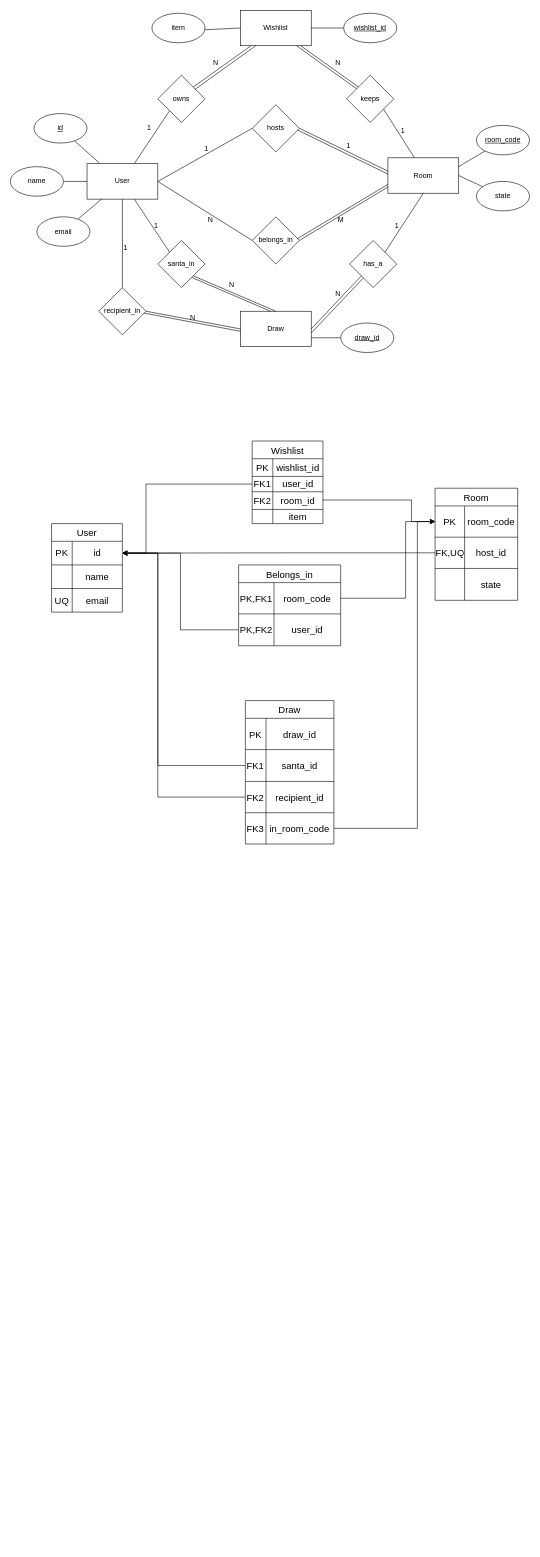
Above: docs/ERM.drawio.xml in SuchWowEl/Planning-Digitalization (draw.io), before the change. Source tidied: cells renumbered, new cells numbered last; positions are measured from the earlier drawing's top-left corner, leaving out a move shared by most shapes. Both pictures are drawn from the tidied source at 59%, with x=0, y=0 at pixel (10, 10).
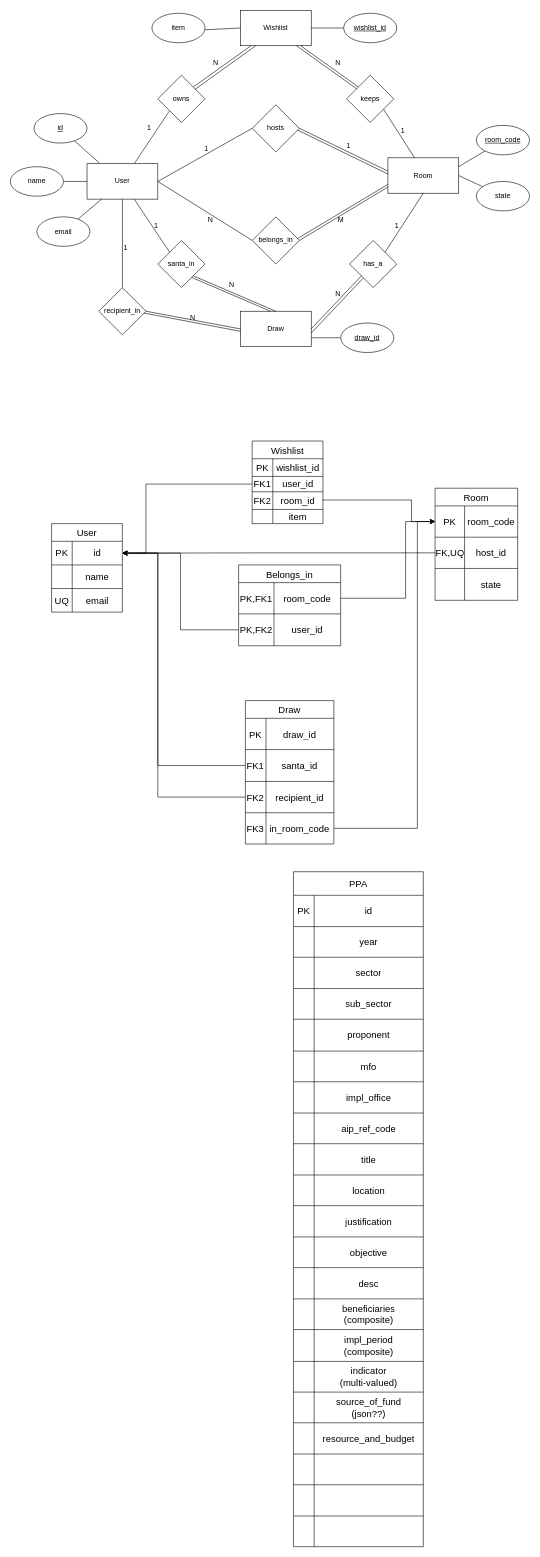
The same diagram, later.

Change to the diagram source:
```diff
@@
+    <mxCell id="126" value="PPA" style="shape=table;startSize=40;childLayout=tableLayout;strokeColor=default;fontSize=16;" parent="1" vertex="1">
+      <mxGeometry x="480" y="1460" width="220" height="1144" as="geometry" />
+    </mxCell>
+    <mxCell id="127" style="shape=tableRow;horizontal=0;startSize=0;swimlaneHead=0;swimlaneBody=0;strokeColor=inherit;top=0;left=0;bottom=0;right=0;fillColor=none;fontSize=16;" parent="126" vertex="1">
+      <mxGeometry y="40" width="220" height="53" as="geometry" />
+    </mxCell>
+    <mxCell id="128" value="PK" style="shape=partialRectangle;html=1;whiteSpace=wrap;strokeColor=inherit;overflow=hidden;fillColor=none;top=0;left=0;bottom=0;right=0;fontSize=16;" parent="127" vertex="1">
+      <mxGeometry width="35" height="53" as="geometry" />
+    </mxCell>
+    <mxCell id="129" value="id" style="shape=partialRectangle;html=1;whiteSpace=wrap;strokeColor=inherit;overflow=hidden;fillColor=none;top=0;left=0;bottom=0;right=0;fontSize=16;" parent="127" vertex="1">
+      <mxGeometry x="35" width="185" height="53" as="geometry" />
+    </mxCell>
+    <mxCell id="130" style="shape=tableRow;horizontal=0;startSize=0;swimlaneHead=0;swimlaneBody=0;strokeColor=inherit;top=0;left=0;bottom=0;right=0;fillColor=none;fontSize=16;" parent="126" vertex="1">
+      <mxGeometry y="93" width="220" height="52" as="geometry" />
+    </mxCell>
+    <mxCell id="131" style="shape=partialRectangle;html=1;whiteSpace=wrap;strokeColor=inherit;overflow=hidden;fillColor=none;top=0;left=0;bottom=0;right=0;fontSize=16;" parent="130" vertex="1">
+      <mxGeometry width="35" height="52" as="geometry" />
+    </mxCell>
+    <mxCell id="132" value="year" style="shape=partialRectangle;html=1;whiteSpace=wrap;strokeColor=inherit;overflow=hidden;fillColor=none;top=0;left=0;bottom=0;right=0;fontSize=16;" parent="130" vertex="1">
+      <mxGeometry x="35" width="185" height="52" as="geometry" />
+    </mxCell>
+    <mxCell id="133" style="shape=tableRow;horizontal=0;startSize=0;swimlaneHead=0;swimlaneBody=0;strokeColor=inherit;top=0;left=0;bottom=0;right=0;fillColor=none;fontSize=16;" parent="126" vertex="1">
+      <mxGeometry y="145" width="220" height="53" as="geometry" />
+    </mxCell>
+    <mxCell id="134" style="shape=partialRectangle;html=1;whiteSpace=wrap;strokeColor=inherit;overflow=hidden;fillColor=none;top=0;left=0;bottom=0;right=0;fontSize=16;" parent="133" vertex="1">
+      <mxGeometry width="35" height="53" as="geometry" />
+    </mxCell>
+    <mxCell id="135" value="sector" style="shape=partialRectangle;html=1;whiteSpace=wrap;strokeColor=inherit;overflow=hidden;fillColor=none;top=0;left=0;bottom=0;right=0;fontSize=16;" parent="133" vertex="1">
+      <mxGeometry x="35" width="185" height="53" as="geometry" />
+    </mxCell>
+    <mxCell id="136" style="shape=tableRow;horizontal=0;startSize=0;swimlaneHead=0;swimlaneBody=0;strokeColor=inherit;top=0;left=0;bottom=0;right=0;fillColor=none;fontSize=16;" parent="126" vertex="1">
+      <mxGeometry y="198" width="220" height="52" as="geometry" />
+    </mxCell>
+    <mxCell id="137" style="shape=partialRectangle;html=1;whiteSpace=wrap;strokeColor=inherit;overflow=hidden;fillColor=none;top=0;left=0;bottom=0;right=0;fontSize=16;" parent="136" vertex="1">
+      <mxGeometry width="35" height="52" as="geometry" />
+    </mxCell>
+    <mxCell id="138" value="sub_sector" style="shape=partialRectangle;html=1;whiteSpace=wrap;strokeColor=inherit;overflow=hidden;fillColor=none;top=0;left=0;bottom=0;right=0;fontSize=16;" parent="136" vertex="1">
+      <mxGeometry x="35" width="185" height="52" as="geometry" />
+    </mxCell>
+    <mxCell id="139" style="shape=tableRow;horizontal=0;startSize=0;swimlaneHead=0;swimlaneBody=0;strokeColor=inherit;top=0;left=0;bottom=0;right=0;fillColor=none;fontSize=16;" parent="126" vertex="1">
+      <mxGeometry y="250" width="220" height="54" as="geometry" />
+    </mxCell>
+    <mxCell id="140" style="shape=partialRectangle;html=1;whiteSpace=wrap;strokeColor=inherit;overflow=hidden;fillColor=none;top=0;left=0;bottom=0;right=0;fontSize=16;" parent="139" vertex="1">
+      <mxGeometry width="35" height="54" as="geometry" />
+    </mxCell>
+    <mxCell id="141" value="proponent" style="shape=partialRectangle;html=1;whiteSpace=wrap;strokeColor=inherit;overflow=hidden;fillColor=none;top=0;left=0;bottom=0;right=0;fontSize=16;" parent="139" vertex="1">
+      <mxGeometry x="35" width="185" height="54" as="geometry" />
+    </mxCell>
+    <mxCell id="142" style="shape=tableRow;horizontal=0;startSize=0;swimlaneHead=0;swimlaneBody=0;strokeColor=inherit;top=0;left=0;bottom=0;right=0;fillColor=none;fontSize=16;" parent="126" vertex="1">
+      <mxGeometry y="304" width="220" height="52" as="geometry" />
+    </mxCell>
+    <mxCell id="143" style="shape=partialRectangle;html=1;whiteSpace=wrap;strokeColor=inherit;overflow=hidden;fillColor=none;top=0;left=0;bottom=0;right=0;fontSize=16;" parent="142" vertex="1">
+      <mxGeometry width="35" height="52" as="geometry" />
+    </mxCell>
+    <mxCell id="144" value="mfo" style="shape=partialRectangle;html=1;whiteSpace=wrap;strokeColor=inherit;overflow=hidden;fillColor=none;top=0;left=0;bottom=0;right=0;fontSize=16;" parent="142" vertex="1">
+      <mxGeometry x="35" width="185" height="52" as="geometry" />
+    </mxCell>
+    <mxCell id="145" style="shape=tableRow;horizontal=0;startSize=0;swimlaneHead=0;swimlaneBody=0;strokeColor=inherit;top=0;left=0;bottom=0;right=0;fillColor=none;fontSize=16;" parent="126" vertex="1">
+      <mxGeometry y="356" width="220" height="53" as="geometry" />
+    </mxCell>
+    <mxCell id="146" style="shape=partialRectangle;html=1;whiteSpace=wrap;strokeColor=inherit;overflow=hidden;fillColor=none;top=0;left=0;bottom=0;right=0;fontSize=16;" parent="145" vertex="1">
+      <mxGeometry width="35" height="53" as="geometry" />
+    </mxCell>
+    <mxCell id="147" value="impl_office" style="shape=partialRectangle;html=1;whiteSpace=wrap;strokeColor=inherit;overflow=hidden;fillColor=none;top=0;left=0;bottom=0;right=0;fontSize=16;" parent="145" vertex="1">
+      <mxGeometry x="35" width="185" height="53" as="geometry" />
+    </mxCell>
+    <mxCell id="148" style="shape=tableRow;horizontal=0;startSize=0;swimlaneHead=0;swimlaneBody=0;strokeColor=inherit;top=0;left=0;bottom=0;right=0;fillColor=none;fontSize=16;" parent="126" vertex="1">
+      <mxGeometry y="409" width="220" height="52" as="geometry" />
+    </mxCell>
+    <mxCell id="149" style="shape=partialRectangle;html=1;whiteSpace=wrap;strokeColor=inherit;overflow=hidden;fillColor=none;top=0;left=0;bottom=0;right=0;fontSize=16;" parent="148" vertex="1">
+      <mxGeometry width="35" height="52" as="geometry" />
+    </mxCell>
+    <mxCell id="150" value="aip_ref_code" style="shape=partialRectangle;html=1;whiteSpace=wrap;strokeColor=inherit;overflow=hidden;fillColor=none;top=0;left=0;bottom=0;right=0;fontSize=16;" parent="148" vertex="1">
+      <mxGeometry x="35" width="185" height="52" as="geometry" />
+    </mxCell>
+    <mxCell id="151" style="shape=tableRow;horizontal=0;startSize=0;swimlaneHead=0;swimlaneBody=0;strokeColor=inherit;top=0;left=0;bottom=0;right=0;fillColor=none;fontSize=16;" parent="126" vertex="1">
+      <mxGeometry y="461" width="220" height="53" as="geometry" />
+    </mxCell>
+    <mxCell id="152" style="shape=partialRectangle;html=1;whiteSpace=wrap;strokeColor=inherit;overflow=hidden;fillColor=none;top=0;left=0;bottom=0;right=0;fontSize=16;" parent="151" vertex="1">
+      <mxGeometry width="35" height="53" as="geometry" />
+    </mxCell>
+    <mxCell id="153" value="title" style="shape=partialRectangle;html=1;whiteSpace=wrap;strokeColor=inherit;overflow=hidden;fillColor=none;top=0;left=0;bottom=0;right=0;fontSize=16;" parent="151" vertex="1">
+      <mxGeometry x="35" width="185" height="53" as="geometry" />
+    </mxCell>
+    <mxCell id="154" style="shape=tableRow;horizontal=0;startSize=0;swimlaneHead=0;swimlaneBody=0;strokeColor=inherit;top=0;left=0;bottom=0;right=0;fillColor=none;fontSize=16;" parent="126" vertex="1">
+      <mxGeometry y="514" width="220" height="52" as="geometry" />
+    </mxCell>
+    <mxCell id="155" style="shape=partialRectangle;html=1;whiteSpace=wrap;strokeColor=inherit;overflow=hidden;fillColor=none;top=0;left=0;bottom=0;right=0;fontSize=16;" parent="154" vertex="1">
+      <mxGeometry width="35" height="52" as="geometry" />
+    </mxCell>
+    <mxCell id="156" value="location" style="shape=partialRectangle;html=1;whiteSpace=wrap;strokeColor=inherit;overflow=hidden;fillColor=none;top=0;left=0;bottom=0;right=0;fontSize=16;" parent="154" vertex="1">
+      <mxGeometry x="35" width="185" height="52" as="geometry" />
+    </mxCell>
+    <mxCell id="157" style="shape=tableRow;horizontal=0;startSize=0;swimlaneHead=0;swimlaneBody=0;strokeColor=inherit;top=0;left=0;bottom=0;right=0;fillColor=none;fontSize=16;" parent="126" vertex="1">
+      <mxGeometry y="566" width="220" height="53" as="geometry" />
+    </mxCell>
+    <mxCell id="158" style="shape=partialRectangle;html=1;whiteSpace=wrap;strokeColor=inherit;overflow=hidden;fillColor=none;top=0;left=0;bottom=0;right=0;fontSize=16;" parent="157" vertex="1">
+      <mxGeometry width="35" height="53" as="geometry" />
+    </mxCell>
+    <mxCell id="159" value="justification" style="shape=partialRectangle;html=1;whiteSpace=wrap;strokeColor=inherit;overflow=hidden;fillColor=none;top=0;left=0;bottom=0;right=0;fontSize=16;" parent="157" vertex="1">
+      <mxGeometry x="35" width="185" height="53" as="geometry" />
+    </mxCell>
+    <mxCell id="160" style="shape=tableRow;horizontal=0;startSize=0;swimlaneHead=0;swimlaneBody=0;strokeColor=inherit;top=0;left=0;bottom=0;right=0;fillColor=none;fontSize=16;" parent="126" vertex="1">
+      <mxGeometry y="619" width="220" height="52" as="geometry" />
+    </mxCell>
+    <mxCell id="161" style="shape=partialRectangle;html=1;whiteSpace=wrap;strokeColor=inherit;overflow=hidden;fillColor=none;top=0;left=0;bottom=0;right=0;fontSize=16;" parent="160" vertex="1">
+      <mxGeometry width="35" height="52" as="geometry" />
+    </mxCell>
+    <mxCell id="162" value="objective" style="shape=partialRectangle;html=1;whiteSpace=wrap;strokeColor=inherit;overflow=hidden;fillColor=none;top=0;left=0;bottom=0;right=0;fontSize=16;" parent="160" vertex="1">
+      <mxGeometry x="35" width="185" height="52" as="geometry" />
+    </mxCell>
+    <mxCell id="163" style="shape=tableRow;horizontal=0;startSize=0;swimlaneHead=0;swimlaneBody=0;strokeColor=inherit;top=0;left=0;bottom=0;right=0;fillColor=none;fontSize=16;" parent="126" vertex="1">
+      <mxGeometry y="671" width="220" height="53" as="geometry" />
+    </mxCell>
+    <mxCell id="164" style="shape=partialRectangle;html=1;whiteSpace=wrap;strokeColor=inherit;overflow=hidden;fillColor=none;top=0;left=0;bottom=0;right=0;fontSize=16;" parent="163" vertex="1">
+      <mxGeometry width="35" height="53" as="geometry" />
+    </mxCell>
+    <mxCell id="165" value="desc" style="shape=partialRectangle;html=1;whiteSpace=wrap;strokeColor=inherit;overflow=hidden;fillColor=none;top=0;left=0;bottom=0;right=0;fontSize=16;" parent="163" vertex="1">
+      <mxGeometry x="35" width="185" height="53" as="geometry" />
+    </mxCell>
+    <mxCell id="166" style="shape=tableRow;horizontal=0;startSize=0;swimlaneHead=0;swimlaneBody=0;strokeColor=inherit;top=0;left=0;bottom=0;right=0;fillColor=none;fontSize=16;" parent="126" vertex="1">
+      <mxGeometry y="724" width="220" height="52" as="geometry" />
+    </mxCell>
+    <mxCell id="167" style="shape=partialRectangle;html=1;whiteSpace=wrap;strokeColor=inherit;overflow=hidden;fillColor=none;top=0;left=0;bottom=0;right=0;fontSize=16;" parent="166" vertex="1">
+      <mxGeometry width="35" height="52" as="geometry" />
+    </mxCell>
+    <mxCell id="168" value="beneficiaries&lt;br&gt;(composite)" style="shape=partialRectangle;html=1;whiteSpace=wrap;strokeColor=inherit;overflow=hidden;fillColor=none;top=0;left=0;bottom=0;right=0;fontSize=16;" parent="166" vertex="1">
+      <mxGeometry x="35" width="185" height="52" as="geometry" />
+    </mxCell>
+    <mxCell id="169" style="shape=tableRow;horizontal=0;startSize=0;swimlaneHead=0;swimlaneBody=0;strokeColor=inherit;top=0;left=0;bottom=0;right=0;fillColor=none;fontSize=16;" parent="126" vertex="1">
+      <mxGeometry y="776" width="220" height="54" as="geometry" />
+    </mxCell>
+    <mxCell id="170" style="shape=partialRectangle;html=1;whiteSpace=wrap;strokeColor=inherit;overflow=hidden;fillColor=none;top=0;left=0;bottom=0;right=0;fontSize=16;" parent="169" vertex="1">
+      <mxGeometry width="35" height="54" as="geometry" />
+    </mxCell>
+    <mxCell id="171" value="impl_period&lt;br&gt;(composite)" style="shape=partialRectangle;html=1;whiteSpace=wrap;strokeColor=inherit;overflow=hidden;fillColor=none;top=0;left=0;bottom=0;right=0;fontSize=16;" parent="169" vertex="1">
+      <mxGeometry x="35" width="185" height="54" as="geometry" />
+    </mxCell>
+    <mxCell id="172" style="shape=tableRow;horizontal=0;startSize=0;swimlaneHead=0;swimlaneBody=0;strokeColor=inherit;top=0;left=0;bottom=0;right=0;fillColor=none;fontSize=16;" parent="126" vertex="1">
+      <mxGeometry y="830" width="220" height="52" as="geometry" />
+    </mxCell>
+    <mxCell id="173" style="shape=partialRectangle;html=1;whiteSpace=wrap;strokeColor=inherit;overflow=hidden;fillColor=none;top=0;left=0;bottom=0;right=0;fontSize=16;" parent="172" vertex="1">
+      <mxGeometry width="35" height="52" as="geometry" />
+    </mxCell>
+    <mxCell id="174" value="indicator&lt;br&gt;(multi-valued)" style="shape=partialRectangle;html=1;whiteSpace=wrap;strokeColor=inherit;overflow=hidden;fillColor=none;top=0;left=0;bottom=0;right=0;fontSize=16;" parent="172" vertex="1">
+      <mxGeometry x="35" width="185" height="52" as="geometry" />
+    </mxCell>
+    <mxCell id="175" style="shape=tableRow;horizontal=0;startSize=0;swimlaneHead=0;swimlaneBody=0;strokeColor=inherit;top=0;left=0;bottom=0;right=0;fillColor=none;fontSize=16;" parent="126" vertex="1">
+      <mxGeometry y="882" width="220" height="52" as="geometry" />
+    </mxCell>
+    <mxCell id="176" style="shape=partialRectangle;html=1;whiteSpace=wrap;strokeColor=inherit;overflow=hidden;fillColor=none;top=0;left=0;bottom=0;right=0;fontSize=16;" parent="175" vertex="1">
+      <mxGeometry width="35" height="52" as="geometry" />
+    </mxCell>
+    <mxCell id="177" value="source_of_fund&lt;br&gt;(json??)" style="shape=partialRectangle;html=1;whiteSpace=wrap;strokeColor=inherit;overflow=hidden;fillColor=none;top=0;left=0;bottom=0;right=0;fontSize=16;" parent="175" vertex="1">
+      <mxGeometry x="35" width="185" height="52" as="geometry" />
+    </mxCell>
+    <mxCell id="178" style="shape=tableRow;horizontal=0;startSize=0;swimlaneHead=0;swimlaneBody=0;strokeColor=inherit;top=0;left=0;bottom=0;right=0;fillColor=none;fontSize=16;" parent="126" vertex="1">
+      <mxGeometry y="934" width="220" height="53" as="geometry" />
+    </mxCell>
+    <mxCell id="179" style="shape=partialRectangle;html=1;whiteSpace=wrap;strokeColor=inherit;overflow=hidden;fillColor=none;top=0;left=0;bottom=0;right=0;fontSize=16;" parent="178" vertex="1">
+      <mxGeometry width="35" height="53" as="geometry" />
+    </mxCell>
+    <mxCell id="180" value="resource_and_budget" style="shape=partialRectangle;html=1;whiteSpace=wrap;strokeColor=inherit;overflow=hidden;fillColor=none;top=0;left=0;bottom=0;right=0;fontSize=16;" parent="178" vertex="1">
+      <mxGeometry x="35" width="185" height="53" as="geometry" />
+    </mxCell>
+    <mxCell id="181" style="shape=tableRow;horizontal=0;startSize=0;swimlaneHead=0;swimlaneBody=0;strokeColor=inherit;top=0;left=0;bottom=0;right=0;fillColor=none;fontSize=16;" parent="126" vertex="1">
+      <mxGeometry y="987" width="220" height="52" as="geometry" />
+    </mxCell>
+    <mxCell id="182" style="shape=partialRectangle;html=1;whiteSpace=wrap;strokeColor=inherit;overflow=hidden;fillColor=none;top=0;left=0;bottom=0;right=0;fontSize=16;" parent="181" vertex="1">
+      <mxGeometry width="35" height="52" as="geometry" />
+    </mxCell>
+    <mxCell id="183" style="shape=partialRectangle;html=1;whiteSpace=wrap;strokeColor=inherit;overflow=hidden;fillColor=none;top=0;left=0;bottom=0;right=0;fontSize=16;" parent="181" vertex="1">
+      <mxGeometry x="35" width="185" height="52" as="geometry" />
+    </mxCell>
+    <mxCell id="184" style="shape=tableRow;horizontal=0;startSize=0;swimlaneHead=0;swimlaneBody=0;strokeColor=inherit;top=0;left=0;bottom=0;right=0;fillColor=none;fontSize=16;" parent="126" vertex="1">
+      <mxGeometry y="1039" width="220" height="53" as="geometry" />
+    </mxCell>
+    <mxCell id="185" style="shape=partialRectangle;html=1;whiteSpace=wrap;strokeColor=inherit;overflow=hidden;fillColor=none;top=0;left=0;bottom=0;right=0;fontSize=16;" parent="184" vertex="1">
+      <mxGeometry width="35" height="53" as="geometry" />
+    </mxCell>
+    <mxCell id="186" style="shape=partialRectangle;html=1;whiteSpace=wrap;strokeColor=inherit;overflow=hidden;fillColor=none;top=0;left=0;bottom=0;right=0;fontSize=16;" parent="184" vertex="1">
+      <mxGeometry x="35" width="185" height="53" as="geometry" />
+    </mxCell>
+    <mxCell id="187" style="shape=tableRow;horizontal=0;startSize=0;swimlaneHead=0;swimlaneBody=0;strokeColor=inherit;top=0;left=0;bottom=0;right=0;fillColor=none;fontSize=16;" parent="126" vertex="1">
+      <mxGeometry y="1092" width="220" height="52" as="geometry" />
+    </mxCell>
+    <mxCell id="188" style="shape=partialRectangle;html=1;whiteSpace=wrap;strokeColor=inherit;overflow=hidden;fillColor=none;top=0;left=0;bottom=0;right=0;fontSize=16;" parent="187" vertex="1">
+      <mxGeometry width="35" height="52" as="geometry" />
+    </mxCell>
+    <mxCell id="189" style="shape=partialRectangle;html=1;whiteSpace=wrap;strokeColor=inherit;overflow=hidden;fillColor=none;top=0;left=0;bottom=0;right=0;fontSize=16;" parent="187" vertex="1">
+      <mxGeometry x="35" width="185" height="52" as="geometry" />
+    </mxCell>
```
